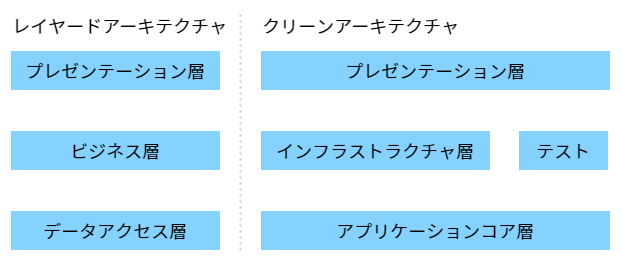
Above: documents/contents/images/app-architecture/overview/application-architecture-light.png in AlesInfiny/maris (draw.io), before the change. Source tidied: cells renumbered, new cells last; positions are measured from the earlier drawing's top-left corner, leaving out a move shared by most shapes.
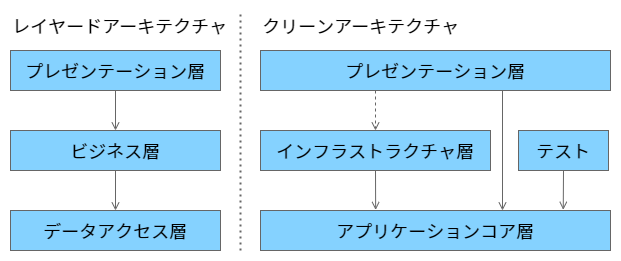
After the commit.

Commit message:
線の色を黒系に変更

Change to the diagram source:
```diff
@@ -5,46 +5,46 @@
     <mxCell id="2" style="rounded=0;whiteSpace=wrap;html=1;fillColor=none;strokeColor=none;" parent="1" vertex="1">
       <mxGeometry width="620" height="260" as="geometry" />
     </mxCell>
-    <mxCell id="3" value="データアクセス層" style="rounded=0;whiteSpace=wrap;html=1;fillColor=#85D2FF;strokeColor=#FFFFFF;fontColor=#000000;fontFamily=Noto Sans JP;fontSource=https%3A%2F%2Ffonts.googleapis.com%2Fcss%3Ffamily%3DNoto%2BSans%2BJP;fontSize=18;" parent="1" vertex="1">
+    <mxCell id="3" value="データアクセス層" style="rounded=0;whiteSpace=wrap;html=1;fillColor=#85D2FF;strokeColor=#666666;fontColor=#000000;fontFamily=Noto Sans JP;fontSource=https%3A%2F%2Ffonts.googleapis.com%2Fcss%3Ffamily%3DNoto%2BSans%2BJP;fontSize=18;" parent="1" vertex="1">
       <mxGeometry x="10" y="210" width="210" height="40" as="geometry" />
     </mxCell>
-    <mxCell id="4" style="edgeStyle=none;html=1;exitX=0.5;exitY=1;exitDx=0;exitDy=0;entryX=0.5;entryY=0;entryDx=0;entryDy=0;fontFamily=Noto Sans JP;fontSource=https%3A%2F%2Ffonts.googleapis.com%2Fcss%3Ffamily%3DNoto%2BSans%2BJP;fontSize=18;fontColor=#000000;endArrow=open;endFill=0;strokeColor=#FFFFFF;" parent="1" edge="1" source="5" target="3">
+    <mxCell id="4" style="edgeStyle=none;html=1;exitX=0.5;exitY=1;exitDx=0;exitDy=0;entryX=0.5;entryY=0;entryDx=0;entryDy=0;fontFamily=Noto Sans JP;fontSource=https%3A%2F%2Ffonts.googleapis.com%2Fcss%3Ffamily%3DNoto%2BSans%2BJP;fontSize=18;fontColor=#000000;endArrow=open;endFill=0;strokeColor=#666666;" parent="1" edge="1" source="5" target="3">
       <mxGeometry relative="1" as="geometry" />
     </mxCell>
-    <mxCell id="5" value="ビジネス層" style="rounded=0;whiteSpace=wrap;html=1;fillColor=#85D2FF;strokeColor=#FFFFFF;fontColor=#000000;fontFamily=Noto Sans JP;fontSource=https%3A%2F%2Ffonts.googleapis.com%2Fcss%3Ffamily%3DNoto%2BSans%2BJP;fontSize=18;" parent="1" vertex="1">
+    <mxCell id="5" value="ビジネス層" style="rounded=0;whiteSpace=wrap;html=1;fillColor=#85D2FF;strokeColor=#666666;fontColor=#000000;fontFamily=Noto Sans JP;fontSource=https%3A%2F%2Ffonts.googleapis.com%2Fcss%3Ffamily%3DNoto%2BSans%2BJP;fontSize=18;" parent="1" vertex="1">
       <mxGeometry x="10" y="130" width="210" height="40" as="geometry" />
     </mxCell>
-    <mxCell id="6" style="edgeStyle=none;html=1;exitX=0.5;exitY=1;exitDx=0;exitDy=0;fontFamily=Noto Sans JP;fontSource=https%3A%2F%2Ffonts.googleapis.com%2Fcss%3Ffamily%3DNoto%2BSans%2BJP;fontSize=18;fontColor=#000000;strokeColor=#FFFFFF;endArrow=open;endFill=0;" parent="1" edge="1" source="7" target="5">
+    <mxCell id="6" style="edgeStyle=none;html=1;exitX=0.5;exitY=1;exitDx=0;exitDy=0;fontFamily=Noto Sans JP;fontSource=https%3A%2F%2Ffonts.googleapis.com%2Fcss%3Ffamily%3DNoto%2BSans%2BJP;fontSize=18;fontColor=#000000;strokeColor=#666666;endArrow=open;endFill=0;" parent="1" edge="1" source="7" target="5">
       <mxGeometry relative="1" as="geometry" />
     </mxCell>
-    <mxCell id="7" value="プレゼンテーション層" style="rounded=0;whiteSpace=wrap;html=1;fillColor=#85D2FF;strokeColor=#FFFFFF;fontColor=#000000;fontFamily=Noto Sans JP;fontSource=https%3A%2F%2Ffonts.googleapis.com%2Fcss%3Ffamily%3DNoto%2BSans%2BJP;fontSize=18;" parent="1" vertex="1">
+    <mxCell id="7" value="プレゼンテーション層" style="rounded=0;whiteSpace=wrap;html=1;fillColor=#85D2FF;strokeColor=#666666;fontColor=#000000;fontFamily=Noto Sans JP;fontSource=https%3A%2F%2Ffonts.googleapis.com%2Fcss%3Ffamily%3DNoto%2BSans%2BJP;fontSize=18;" parent="1" vertex="1">
       <mxGeometry x="10" y="50" width="210" height="40" as="geometry" />
     </mxCell>
-    <mxCell id="8" value="プレゼンテーション層" style="rounded=0;whiteSpace=wrap;html=1;fillColor=#85D2FF;strokeColor=#FFFFFF;fontColor=#000000;fontFamily=Noto Sans JP;fontSource=https%3A%2F%2Ffonts.googleapis.com%2Fcss%3Ffamily%3DNoto%2BSans%2BJP;fontSize=18;" parent="1" vertex="1">
+    <mxCell id="8" value="プレゼンテーション層" style="rounded=0;whiteSpace=wrap;html=1;fillColor=#85D2FF;strokeColor=#666666;fontColor=#000000;fontFamily=Noto Sans JP;fontSource=https%3A%2F%2Ffonts.googleapis.com%2Fcss%3Ffamily%3DNoto%2BSans%2BJP;fontSize=18;" parent="1" vertex="1">
       <mxGeometry x="260" y="50" width="350" height="40" as="geometry" />
     </mxCell>
-    <mxCell id="9" style="edgeStyle=none;html=1;entryX=0.329;entryY=-0.013;entryDx=0;entryDy=0;fontFamily=Noto Sans JP;fontSource=https%3A%2F%2Ffonts.googleapis.com%2Fcss%3Ffamily%3DNoto%2BSans%2BJP;fontSize=18;fontColor=#000000;endArrow=open;endFill=0;strokeColor=#FFFFFF;entryPerimeter=0;exitX=0.5;exitY=1;exitDx=0;exitDy=0;" parent="1" edge="1" source="10" target="11">
+    <mxCell id="9" style="edgeStyle=none;html=1;entryX=0.329;entryY=-0.013;entryDx=0;entryDy=0;fontFamily=Noto Sans JP;fontSource=https%3A%2F%2Ffonts.googleapis.com%2Fcss%3Ffamily%3DNoto%2BSans%2BJP;fontSize=18;fontColor=#000000;endArrow=open;endFill=0;strokeColor=#666666;entryPerimeter=0;exitX=0.5;exitY=1;exitDx=0;exitDy=0;" parent="1" edge="1" source="10" target="11">
       <mxGeometry relative="1" as="geometry" />
     </mxCell>
-    <mxCell id="10" value="インフラストラクチャ層" style="rounded=0;whiteSpace=wrap;html=1;fillColor=#85D2FF;strokeColor=#FFFFFF;fontColor=#000000;fontFamily=Noto Sans JP;fontSource=https%3A%2F%2Ffonts.googleapis.com%2Fcss%3Ffamily%3DNoto%2BSans%2BJP;fontSize=18;" parent="1" vertex="1">
+    <mxCell id="10" value="インフラストラクチャ層" style="rounded=0;whiteSpace=wrap;html=1;fillColor=#85D2FF;strokeColor=#666666;fontColor=#000000;fontFamily=Noto Sans JP;fontSource=https%3A%2F%2Ffonts.googleapis.com%2Fcss%3Ffamily%3DNoto%2BSans%2BJP;fontSize=18;" parent="1" vertex="1">
       <mxGeometry x="260" y="130" width="230" height="40" as="geometry" />
     </mxCell>
-    <mxCell id="11" value="アプリケーションコア層" style="rounded=0;whiteSpace=wrap;html=1;fillColor=#85D2FF;strokeColor=#FFFFFF;fontColor=#000000;fontFamily=Noto Sans JP;fontSource=https%3A%2F%2Ffonts.googleapis.com%2Fcss%3Ffamily%3DNoto%2BSans%2BJP;fontSize=18;" parent="1" vertex="1">
+    <mxCell id="11" value="アプリケーションコア層" style="rounded=0;whiteSpace=wrap;html=1;fillColor=#85D2FF;strokeColor=#666666;fontColor=#000000;fontFamily=Noto Sans JP;fontSource=https%3A%2F%2Ffonts.googleapis.com%2Fcss%3Ffamily%3DNoto%2BSans%2BJP;fontSize=18;" parent="1" vertex="1">
       <mxGeometry x="260" y="210" width="350" height="40" as="geometry" />
     </mxCell>
-    <mxCell id="12" style="edgeStyle=none;html=1;entryX=0.865;entryY=-0.017;entryDx=0;entryDy=0;fontFamily=Noto Sans JP;fontSource=https%3A%2F%2Ffonts.googleapis.com%2Fcss%3Ffamily%3DNoto%2BSans%2BJP;fontSize=18;fontColor=#000000;endArrow=open;endFill=0;strokeColor=#FFFFFF;exitX=0.5;exitY=1;exitDx=0;exitDy=0;entryPerimeter=0;" parent="1" edge="1" source="13" target="11">
+    <mxCell id="12" style="edgeStyle=none;html=1;entryX=0.865;entryY=-0.017;entryDx=0;entryDy=0;fontFamily=Noto Sans JP;fontSource=https%3A%2F%2Ffonts.googleapis.com%2Fcss%3Ffamily%3DNoto%2BSans%2BJP;fontSize=18;fontColor=#000000;endArrow=open;endFill=0;strokeColor=#666666;exitX=0.5;exitY=1;exitDx=0;exitDy=0;entryPerimeter=0;" parent="1" edge="1" source="13" target="11">
       <mxGeometry relative="1" as="geometry" />
     </mxCell>
-    <mxCell id="13" value="テスト" style="rounded=0;whiteSpace=wrap;html=1;fillColor=#85D2FF;strokeColor=#FFFFFF;fontColor=#000000;fontFamily=Noto Sans JP;fontSource=https%3A%2F%2Ffonts.googleapis.com%2Fcss%3Ffamily%3DNoto%2BSans%2BJP;fontSize=18;" parent="1" vertex="1">
+    <mxCell id="13" value="テスト" style="rounded=0;whiteSpace=wrap;html=1;fillColor=#85D2FF;strokeColor=#666666;fontColor=#000000;fontFamily=Noto Sans JP;fontSource=https%3A%2F%2Ffonts.googleapis.com%2Fcss%3Ffamily%3DNoto%2BSans%2BJP;fontSize=18;" parent="1" vertex="1">
       <mxGeometry x="518" y="130" width="90" height="40" as="geometry" />
     </mxCell>
-    <mxCell id="14" style="edgeStyle=none;html=1;entryX=0.5;entryY=0;entryDx=0;entryDy=0;fontFamily=Noto Sans JP;fontSource=https%3A%2F%2Ffonts.googleapis.com%2Fcss%3Ffamily%3DNoto%2BSans%2BJP;fontSize=18;fontColor=#000000;endArrow=open;endFill=0;strokeColor=#FFFFFF;" parent="1" edge="1">
+    <mxCell id="14" style="edgeStyle=none;html=1;entryX=0.5;entryY=0;entryDx=0;entryDy=0;fontFamily=Noto Sans JP;fontSource=https%3A%2F%2Ffonts.googleapis.com%2Fcss%3Ffamily%3DNoto%2BSans%2BJP;fontSize=18;fontColor=#000000;endArrow=open;endFill=0;strokeColor=#666666;" parent="1" edge="1">
       <mxGeometry relative="1" as="geometry">
         <mxPoint x="502" y="90" as="sourcePoint" />
         <mxPoint x="502" y="210" as="targetPoint" />
       </mxGeometry>
     </mxCell>
-    <mxCell id="15" style="edgeStyle=none;html=1;entryX=0.5;entryY=0;entryDx=0;entryDy=0;fontFamily=Noto Sans JP;fontSource=https%3A%2F%2Ffonts.googleapis.com%2Fcss%3Ffamily%3DNoto%2BSans%2BJP;fontSize=18;fontColor=#000000;endArrow=open;endFill=0;strokeColor=#FFFFFF;dashed=1;" parent="1" edge="1" target="10">
+    <mxCell id="15" style="edgeStyle=none;html=1;entryX=0.5;entryY=0;entryDx=0;entryDy=0;fontFamily=Noto Sans JP;fontSource=https%3A%2F%2Ffonts.googleapis.com%2Fcss%3Ffamily%3DNoto%2BSans%2BJP;fontSize=18;fontColor=#000000;endArrow=open;endFill=0;strokeColor=#666666;dashed=1;" parent="1" edge="1" target="10">
       <mxGeometry relative="1" as="geometry">
         <mxPoint x="375" y="90" as="sourcePoint" />
       </mxGeometry>
@@ -52,7 +52,7 @@
     <mxCell id="16" value="レイヤードアーキテクチャ" style="text;html=1;align=left;verticalAlign=middle;whiteSpace=wrap;rounded=0;fontFamily=Noto Sans JP;fontSource=https%3A%2F%2Ffonts.googleapis.com%2Fcss%3Ffamily%3DNoto%2BSans%2BJP;fontSize=18;fontColor=#000000;" parent="1" vertex="1">
       <mxGeometry x="10" y="10" width="230" height="30" as="geometry" />
     </mxCell>
-    <mxCell id="17" style="endArrow=none;dashed=1;html=1;strokeWidth=2;fontFamily=Noto Sans JP;fontSource=https%3A%2F%2Ffonts.googleapis.com%2Fcss%3Ffamily%3DNoto%2BSans%2BJP;fontSize=18;fontColor=#000000;strokeColor=#cccccc;dashPattern=1 2;" parent="1" edge="1">
+    <mxCell id="17" style="endArrow=none;dashed=1;html=1;strokeWidth=2;fontFamily=Noto Sans JP;fontSource=https%3A%2F%2Ffonts.googleapis.com%2Fcss%3Ffamily%3DNoto%2BSans%2BJP;fontSize=18;fontColor=#000000;strokeColor=#666666;dashPattern=1 2;" parent="1" edge="1">
       <mxGeometry relative="1" as="geometry">
         <mxPoint x="240" y="250" as="sourcePoint" />
         <mxPoint x="240" y="10" as="targetPoint" />
```
